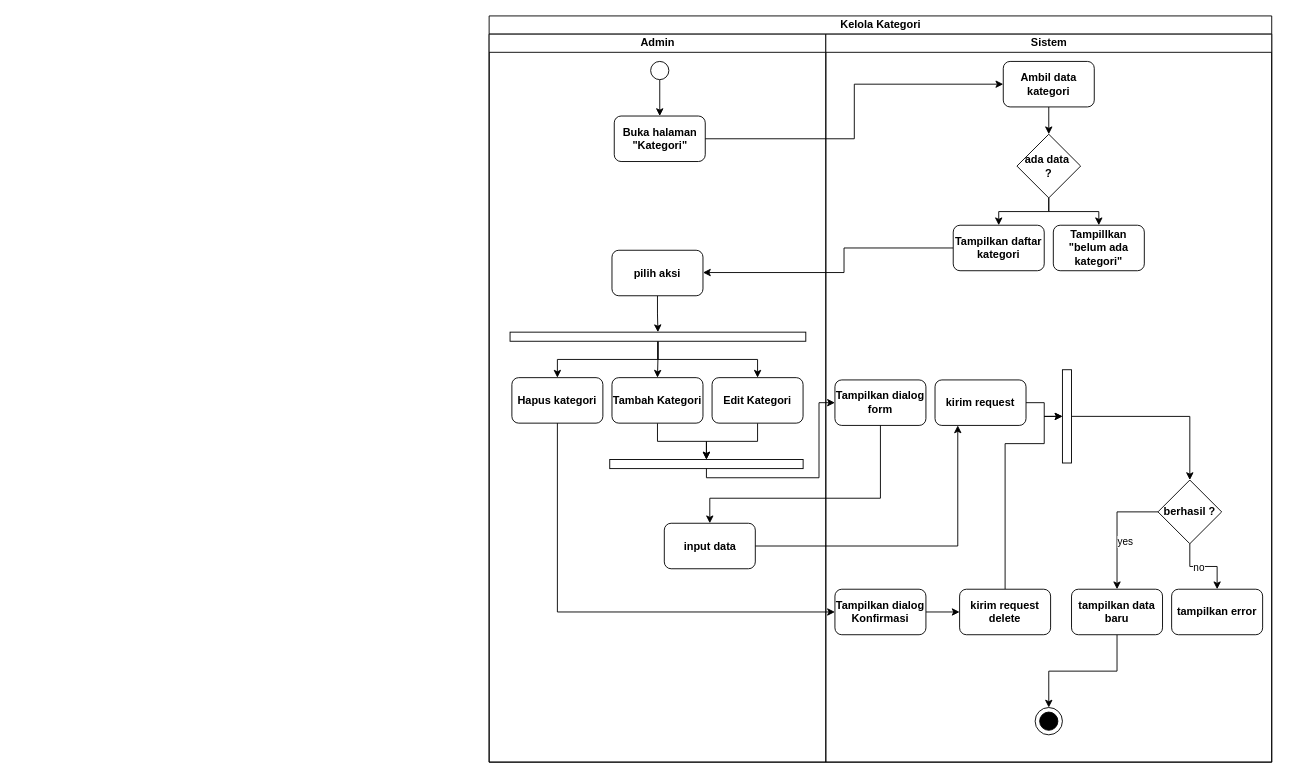
Earlier version of the draw.io diagram page "kelola kategori" (2 of 19) of assets/uml/activity-diagram.drawio (RIOKOWI/warmindo_purnama_flutter). Source tidied: cells renumbered, new cells numbered last; positions are measured from the earlier drawing's top-left corner, leaving out a move shared by most shapes. Both pictures are drawn from the tidied source at 91%, with x=0, y=0 at pixel (15, 15).
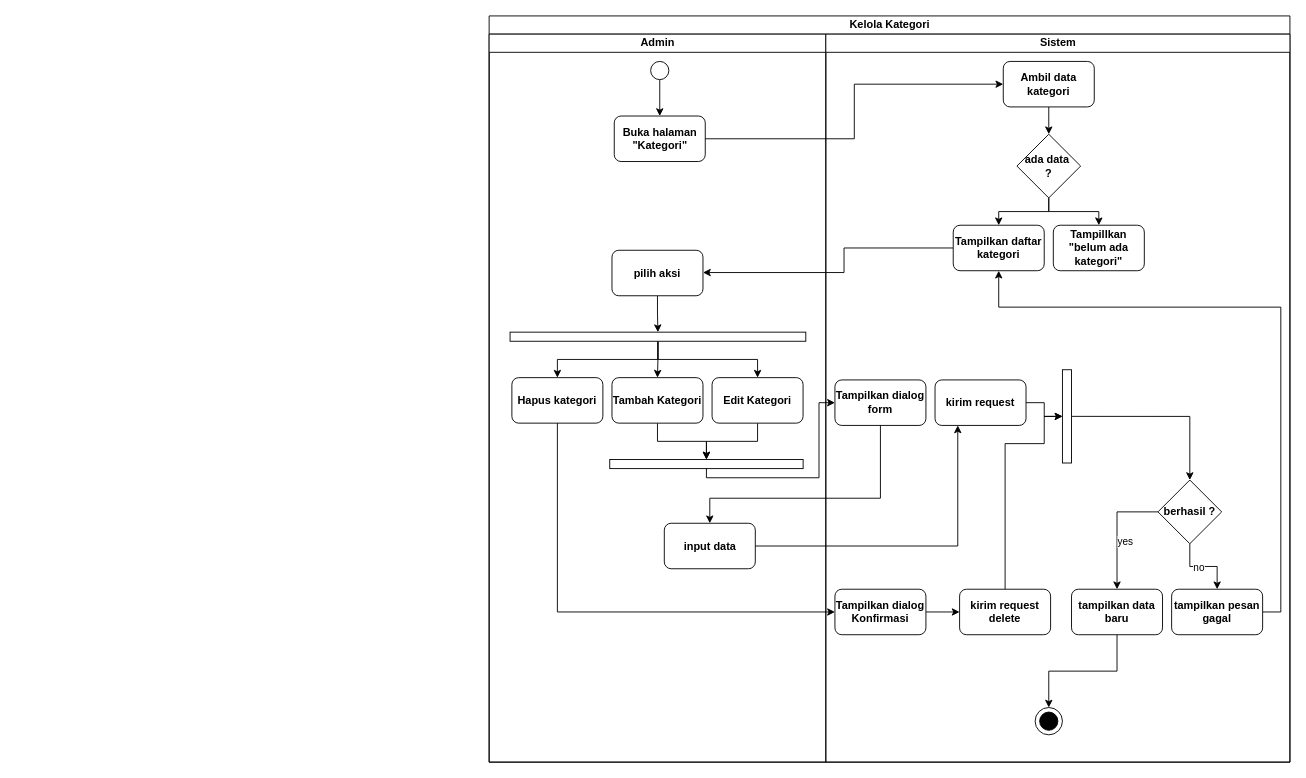
After the change.

Unchanged cells that the change refers to:
```xml
<mxCell id="32" value="Tampilkan daftar kategori" style="rounded=1;whiteSpace=wrap;html=1;strokeColor=default;align=center;verticalAlign=middle;fontFamily=Helvetica;fontSize=12;fontColor=default;fontStyle=1;fillColor=default;" parent="26" vertex="1">
  <mxGeometry x="140" y="210" width="100" height="50" as="geometry" />
</mxCell>
```

The edit, as a diff of the source:
```diff
@@
     <mxCell id="3" value="Kelola Kategori" style="swimlane;startSize=20;html=1;" parent="1" vertex="1">
-      <mxGeometry x="520" width="860" height="820" as="geometry" />
+      <mxGeometry x="520" width="880" height="820" as="geometry" />
     </mxCell>
@@
     <mxCell id="26" value="Sistem" style="swimlane;startSize=20;html=1;" parent="3" vertex="1">
-      <mxGeometry x="370" y="20" width="490" height="800" as="geometry" />
+      <mxGeometry x="370" y="20" width="510" height="800" as="geometry" />
     </mxCell>
@@
+    <mxCell id="55" style="edgeStyle=orthogonalEdgeStyle;shape=connector;curved=0;rounded=0;html=1;entryX=0.5;entryY=1;entryDx=0;entryDy=0;strokeColor=default;align=center;verticalAlign=middle;fontFamily=Helvetica;fontSize=11;fontColor=default;labelBackgroundColor=default;endArrow=classic;" parent="26" edge="1" source="44" target="32">
+      <mxGeometry relative="1" as="geometry">
+        <Array as="points">
+          <mxPoint x="500" y="635" />
+          <mxPoint x="500" y="300" />
+          <mxPoint x="190" y="300" />
+        </Array>
+      </mxGeometry>
+    </mxCell>
-    <mxCell id="44" value="tampilkan error" style="rounded=1;whiteSpace=wrap;html=1;strokeColor=default;align=center;verticalAlign=middle;fontFamily=Helvetica;fontSize=12;fontColor=default;fontStyle=1;fillColor=default;" parent="26" vertex="1">
+    <mxCell id="44" value="tampilkan pesan gagal" style="rounded=1;whiteSpace=wrap;html=1;strokeColor=default;align=center;verticalAlign=middle;fontFamily=Helvetica;fontSize=12;fontColor=default;fontStyle=1;fillColor=default;" parent="26" vertex="1">
       <mxGeometry x="380" y="610" width="100" height="50" as="geometry" />
     </mxCell>
```
